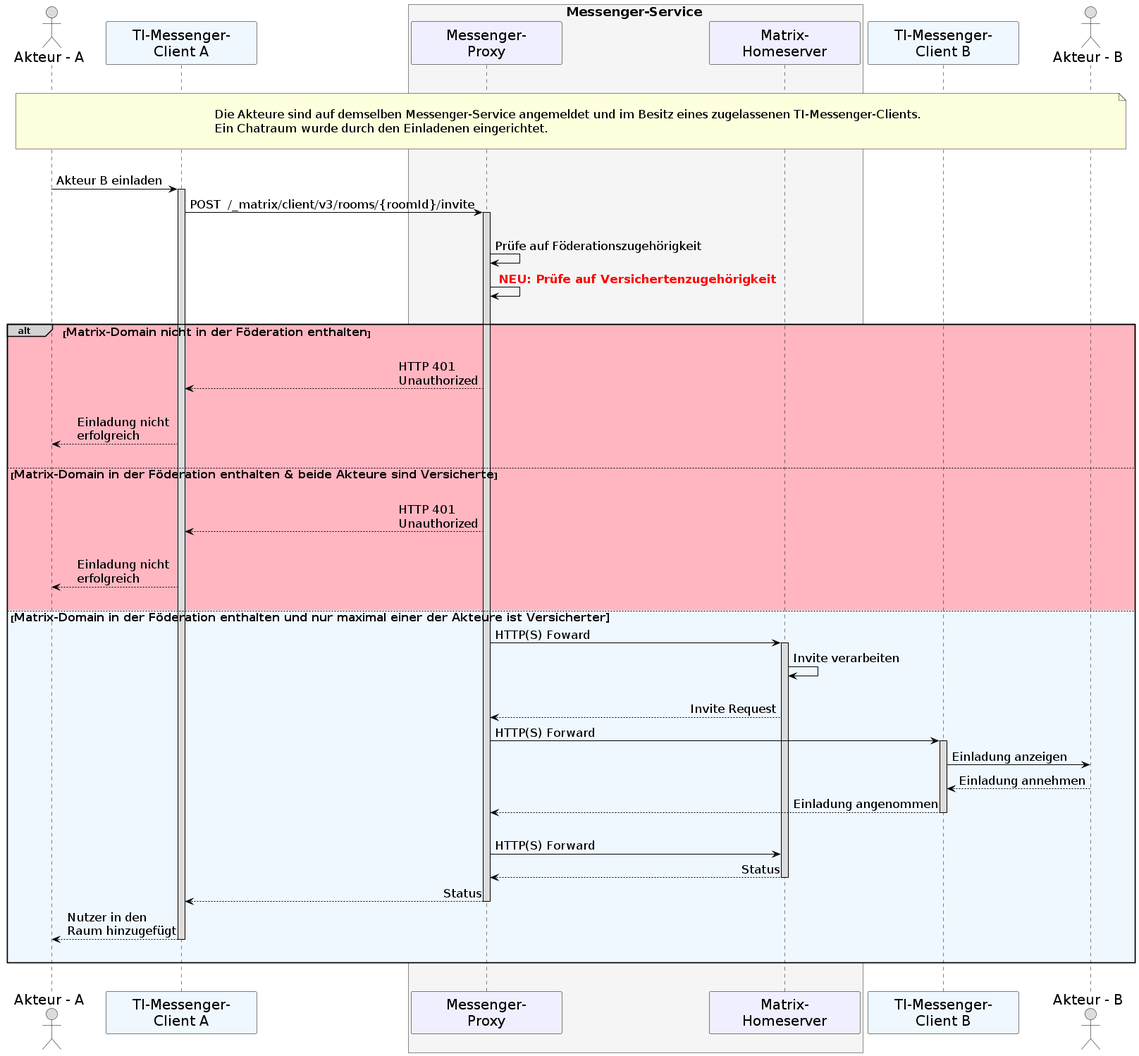
This is images/diagrams/ePA_FDV/UC_10104_Seq_fdv.png from gematik/api-ti-messenger, a PlantUML export, as it was before one commit. The source it was exported from:
```plantuml
@startuml
skinparam sequenceMessageAlign direction
skinparam minClassWidth 200
skinparam BoxPadding 1
skinparam sequenceReferenceHeaderBackgroundColor palegreen
scale max 2048 width

skinparam sequence {
ArrowColor black
ArrowFontSize 17
ActorBorderColor black
LifeLineBorderColor black
LifeLineBackgroundColor Gainsboro

ParticipantBorderColor Motivation
ParticipantBackgroundColor Motivation
ParticipantFontName Impact
ParticipantFontSize 20
ParticipantFontColor black
ParticipantBorderColor Black
ParticipantBackgroundColor MOTIVATION

ActorBackgroundColor Gainsboro
ActorFontColor black
ActorFontSize 20
ActorFontName Aapex
}
    actor U1 as "Akteur - A"
    participant C1 as "TI-Messenger-\nClient A" #AliceBlue
    box <size:18>Messenger-Service</size> #WhiteSmoke
      participant MP as "Messenger-\nProxy"
      participant MH as "Matrix-\nHomeserver"
    end box
    participant C2 as "TI-Messenger-\nClient B" #AliceBlue
    actor U2 as "Akteur - B"

|||
note over U1, U2: \n<size:17>Die Akteure sind auf demselben Messenger-Service angemeldet und im Besitz eines zugelassenen TI-Messenger-Clients.\n<size:17>Ein Chatraum wurde durch den Einladenen eingerichtet.</size>\n
|||
    U1->C1: Akteur B einladen
    activate C1
    C1->MP: POST  /_matrix/client/v3/rooms/{roomId}/invite
    activate MP
    |||
      MP->MP: Prüfe auf Föderationszugehörigkeit
      MP->MP: <font color=red> <b>NEU: Prüfe auf Versichertenzugehörigkeit
    |||

    alt#LightGrey #LightPink <size:16>Matrix-Domain nicht in der Föderation enthalten</size>
      |||
      MP-->C1: HTTP 401 \nUnauthorized
      |||
      C1-->U1: Einladung nicht \nerfolgreich
      |||

      else <size:16>Matrix-Domain in der Föderation enthalten & beide Akteure sind Versicherte</size>
      |||
      MP-->C1: HTTP 401 \nUnauthorized
      |||
      C1-->U1: Einladung nicht \nerfolgreich
      |||

      else #AliceBlue <size:16>Matrix-Domain in der Föderation enthalten und nur maximal einer der Akteure ist Versicherter
      MP->MH: HTTP(S) Foward
        activate MH
      MH->MH: Invite verarbeiten
      |||
          MH-->MP: Invite Request
          MP->C2: HTTP(S) Forward
            activate C2
          C2->U2: Einladung anzeigen
          U2-->C2: Einladung annehmen
          C2-->MP: Einladung angenommen
          deactivate C2
          |||
          MP->MH: HTTP(S) Forward
          MH-->MP: Status
            deactivate MH
          MP-->C1: Status
          deactivate MP
          C1-->U1: Nutzer in den \nRaum hinzugefügt
          deactivate C1
        |||
        end
 |||
@enduml
```
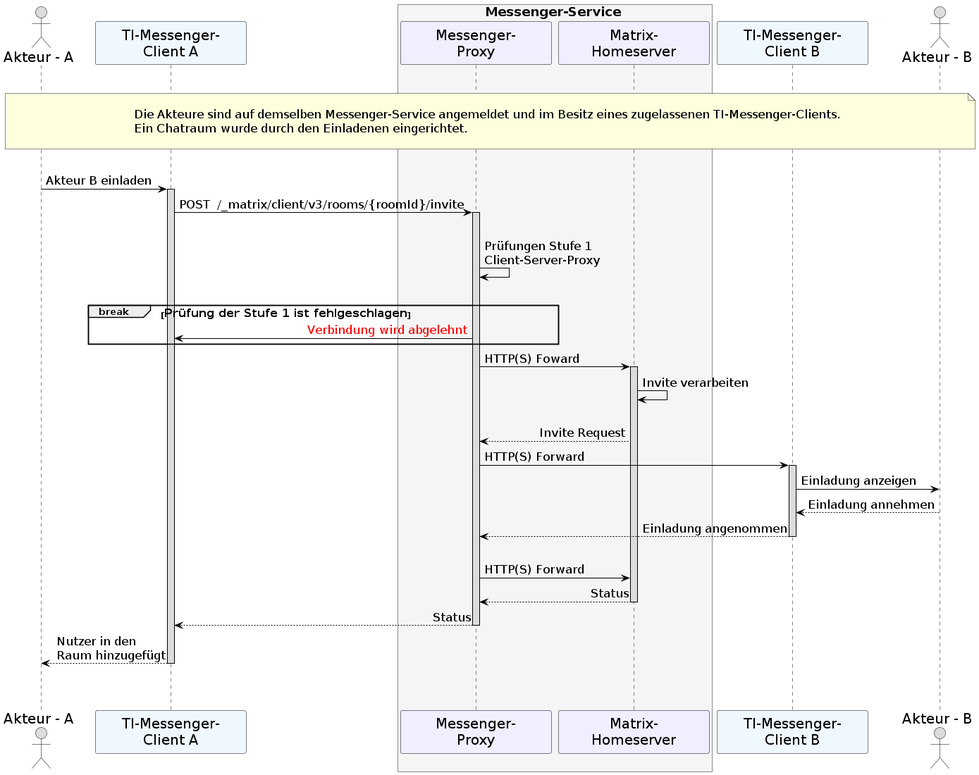
Later version of the same file.

The edit, as a diff of the source:
```diff
@@ -42,25 +42,12 @@
     C1->MP: POST  /_matrix/client/v3/rooms/{roomId}/invite
     activate MP
     |||
-      MP->MP: Prüfe auf Föderationszugehörigkeit
-      MP->MP: <font color=red> <b>NEU: Prüfe auf Versichertenzugehörigkeit
+      MP->MP: Prüfungen Stufe 1\nClient-Server-Proxy
     |||
+    break <size:16>Prüfung der Stufe 1 ist fehlgeschlagen</size>
+    MP->C1: <font color=red>Verbindung wird abgelehnt</font>
+    end
 
-    alt#LightGrey #LightPink <size:16>Matrix-Domain nicht in der Föderation enthalten</size>
-      |||
-      MP-->C1: HTTP 401 \nUnauthorized
-      |||
-      C1-->U1: Einladung nicht \nerfolgreich
-      |||
-
-      else <size:16>Matrix-Domain in der Föderation enthalten & beide Akteure sind Versicherte</size>
-      |||
-      MP-->C1: HTTP 401 \nUnauthorized
-      |||
-      C1-->U1: Einladung nicht \nerfolgreich
-      |||
-
-      else #AliceBlue <size:16>Matrix-Domain in der Föderation enthalten und nur maximal einer der Akteure ist Versicherter
       MP->MH: HTTP(S) Foward
         activate MH
       MH->MH: Invite verarbeiten
@@ -81,6 +68,5 @@
           C1-->U1: Nutzer in den \nRaum hinzugefügt
           deactivate C1
         |||
-        end
  |||
 @enduml
```
